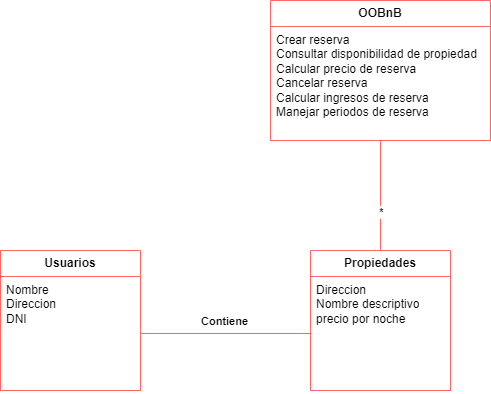
UnMatesito/OO1 keeps this draw.io diagram as 17-18 - Alquiler de Propiedades/img/Dominio.png. Above is the earlier version. Source tidied: cells renumbered, new cells last; positions are measured from the earlier drawing's top-left corner, leaving out a move shared by most shapes.
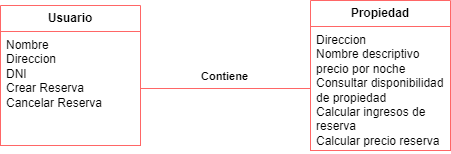
Above is the later version.

The edit, as a diff of the source:
```diff
@@ -2,30 +2,16 @@
   <root>
     <mxCell id="0" />
     <mxCell id="1" parent="0" />
-    <mxCell id="2" value="&lt;b&gt;OOBnB&lt;/b&gt;" style="swimlane;fontStyle=0;horizontal=1;startSize=26;fillColor=default;whiteSpace=wrap;html=1;strokeColor=#FF6666;" parent="1" vertex="1">
-      <mxGeometry x="270" width="220" height="140" as="geometry" />
-    </mxCell>
-    <mxCell id="3" value="Crear reserva&lt;div&gt;&lt;div&gt;Consultar disponibilidad de propiedad&lt;/div&gt;&lt;div&gt;Calcular precio de reserva&lt;/div&gt;&lt;div&gt;Cancelar reserva&lt;/div&gt;&lt;div&gt;&lt;span style=&quot;background-color: initial;&quot;&gt;Calcular ingresos de reserva&lt;/span&gt;&lt;br&gt;&lt;/div&gt;&lt;/div&gt;&lt;div&gt;&lt;span style=&quot;background-color: initial;&quot;&gt;Manejar periodos de reserva&lt;/span&gt;&lt;/div&gt;" style="text;strokeColor=#FF6666;fillColor=default;align=left;verticalAlign=top;spacingLeft=4;spacingRight=4;overflow=hidden;whiteSpace=wrap;html=1;" parent="2" vertex="1">
-      <mxGeometry y="26" width="220" height="114" as="geometry" />
-    </mxCell>
-    <mxCell id="4" style="edgeStyle=orthogonalEdgeStyle;rounded=0;jettySize=auto;html=1;exitX=0.5;exitY=0;exitDx=0;exitDy=0;entryX=0.5;entryY=1;entryDx=0;entryDy=0;endArrow=none;endFill=0;strokeColor=#FF6666;" parent="1" edge="1" source="6" target="2">
-      <mxGeometry relative="1" as="geometry" />
-    </mxCell>
-    <mxCell id="5" value="*" style="edgeLabel;html=1;align=center;verticalAlign=middle;fontStyle=1;" parent="4" vertex="1">
-      <mxGeometry x="-0.1" relative="1" as="geometry">
-        <mxPoint y="10" as="offset" />
-      </mxGeometry>
-    </mxCell>
-    <mxCell id="6" value="&lt;b&gt;Propiedades&lt;/b&gt;" style="swimlane;fontStyle=0;horizontal=1;startSize=26;fillColor=default;whiteSpace=wrap;html=1;strokeColor=#FF6666;" parent="1" vertex="1">
-      <mxGeometry x="310" y="250" width="140" height="140" as="geometry" />
+    <mxCell id="6" value="&lt;b&gt;Propiedad&lt;/b&gt;" style="swimlane;fontStyle=0;horizontal=1;startSize=26;fillColor=default;whiteSpace=wrap;html=1;strokeColor=#FF6666;" parent="1" vertex="1">
+      <mxGeometry x="310" y="250" width="140" height="150" as="geometry" />
     </mxCell>
-    <mxCell id="7" value="Direccion&lt;div&gt;Nombre descriptivo&lt;/div&gt;&lt;div&gt;precio por noche&lt;/div&gt;" style="text;strokeColor=#FF6666;fillColor=default;align=left;verticalAlign=top;spacingLeft=4;spacingRight=4;overflow=hidden;points=[[0,0.5],[1,0.5]];portConstraint=eastwest;whiteSpace=wrap;html=1;" parent="6" vertex="1">
-      <mxGeometry y="26" width="140" height="114" as="geometry" />
+    <mxCell id="7" value="Direccion&lt;div&gt;Nombre descriptivo&lt;/div&gt;&lt;div&gt;precio por noche&lt;/div&gt;&lt;div&gt;Consultar disponibilidad de propiedad&lt;/div&gt;&lt;div&gt;Calcular ingresos de reserva&lt;/div&gt;&lt;div&gt;Calcular precio reserva&lt;/div&gt;" style="text;strokeColor=#FF6666;fillColor=default;align=left;verticalAlign=top;spacingLeft=4;spacingRight=4;overflow=hidden;points=[[0,0.5],[1,0.5]];portConstraint=eastwest;whiteSpace=wrap;html=1;" parent="6" vertex="1">
+      <mxGeometry y="26" width="140" height="124" as="geometry" />
     </mxCell>
-    <mxCell id="8" value="&lt;b&gt;Usuarios&lt;/b&gt;" style="swimlane;fontStyle=0;horizontal=1;startSize=26;fillColor=default;whiteSpace=wrap;html=1;strokeColor=#FF6666;" parent="1" vertex="1">
-      <mxGeometry y="250" width="140" height="140" as="geometry" />
+    <mxCell id="8" value="&lt;b&gt;Usuario&lt;/b&gt;" style="swimlane;fontStyle=0;horizontal=1;startSize=26;fillColor=default;whiteSpace=wrap;html=1;strokeColor=#FF6666;" parent="1" vertex="1">
+      <mxGeometry y="255" width="140" height="140" as="geometry" />
     </mxCell>
-    <mxCell id="9" value="Nombre&lt;div&gt;Direccion&lt;/div&gt;&lt;div&gt;DNI&lt;/div&gt;" style="text;strokeColor=#FF6666;fillColor=default;align=left;verticalAlign=top;spacingLeft=4;spacingRight=4;overflow=hidden;points=[[0,0.5],[1,0.5]];portConstraint=eastwest;whiteSpace=wrap;html=1;" parent="8" vertex="1">
+    <mxCell id="9" value="Nombre&lt;div&gt;Direccion&lt;/div&gt;&lt;div&gt;DNI&lt;/div&gt;&lt;div&gt;Crear Reserva&lt;/div&gt;&lt;div&gt;Cancelar Reserva&lt;/div&gt;" style="text;strokeColor=#FF6666;fillColor=default;align=left;verticalAlign=top;spacingLeft=4;spacingRight=4;overflow=hidden;points=[[0,0.5],[1,0.5]];portConstraint=eastwest;whiteSpace=wrap;html=1;" parent="8" vertex="1">
       <mxGeometry y="26" width="140" height="114" as="geometry" />
     </mxCell>
     <mxCell id="10" style="edgeStyle=orthogonalEdgeStyle;rounded=0;jettySize=auto;html=1;exitX=1;exitY=0.5;exitDx=0;exitDy=0;entryX=0;entryY=0.5;entryDx=0;entryDy=0;endArrow=none;endFill=0;strokeColor=#FF6666;" parent="1" edge="1" source="9" target="7">
```
